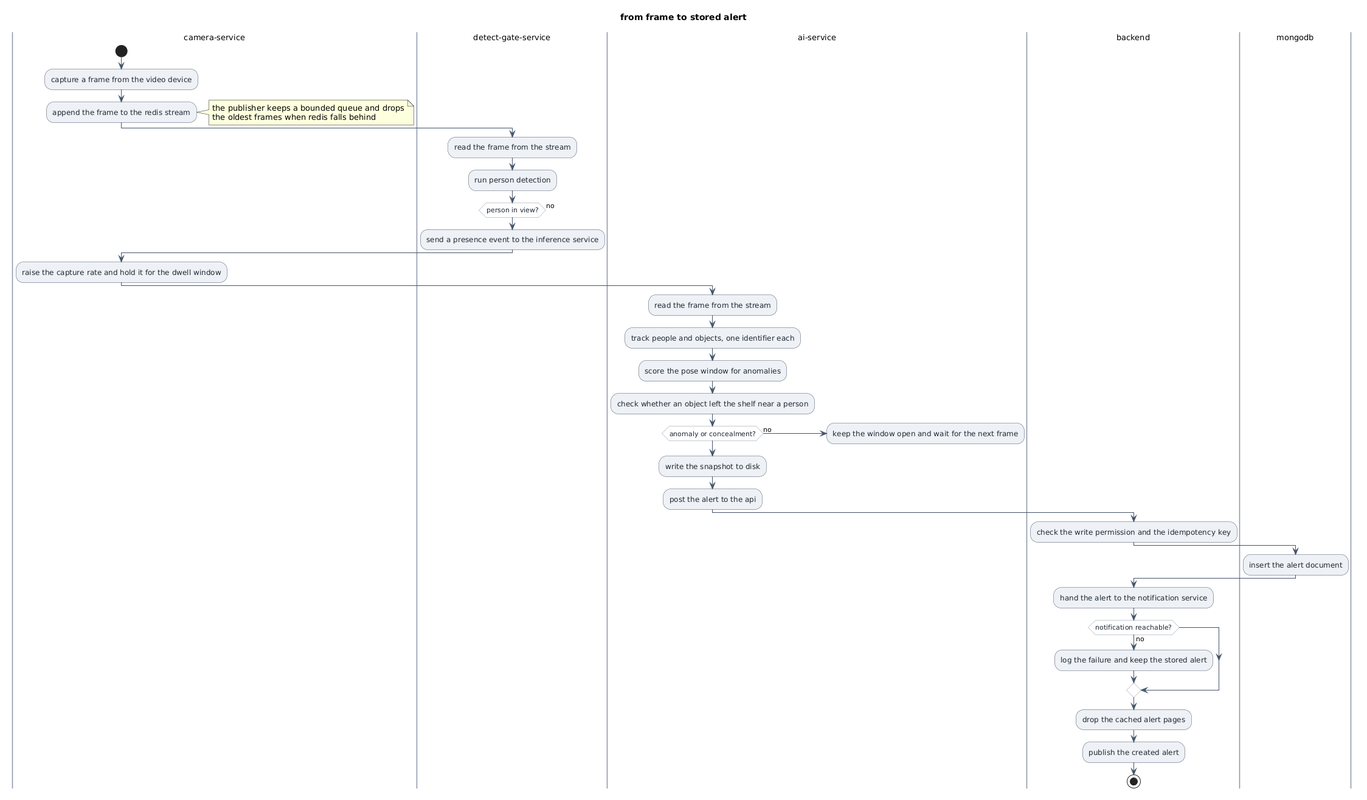
This is docs/diagrams/activity-frame_to_alert.png from Nizar7kabbaj/theft-detection-platform, a PlantUML export, as it was before one commit.
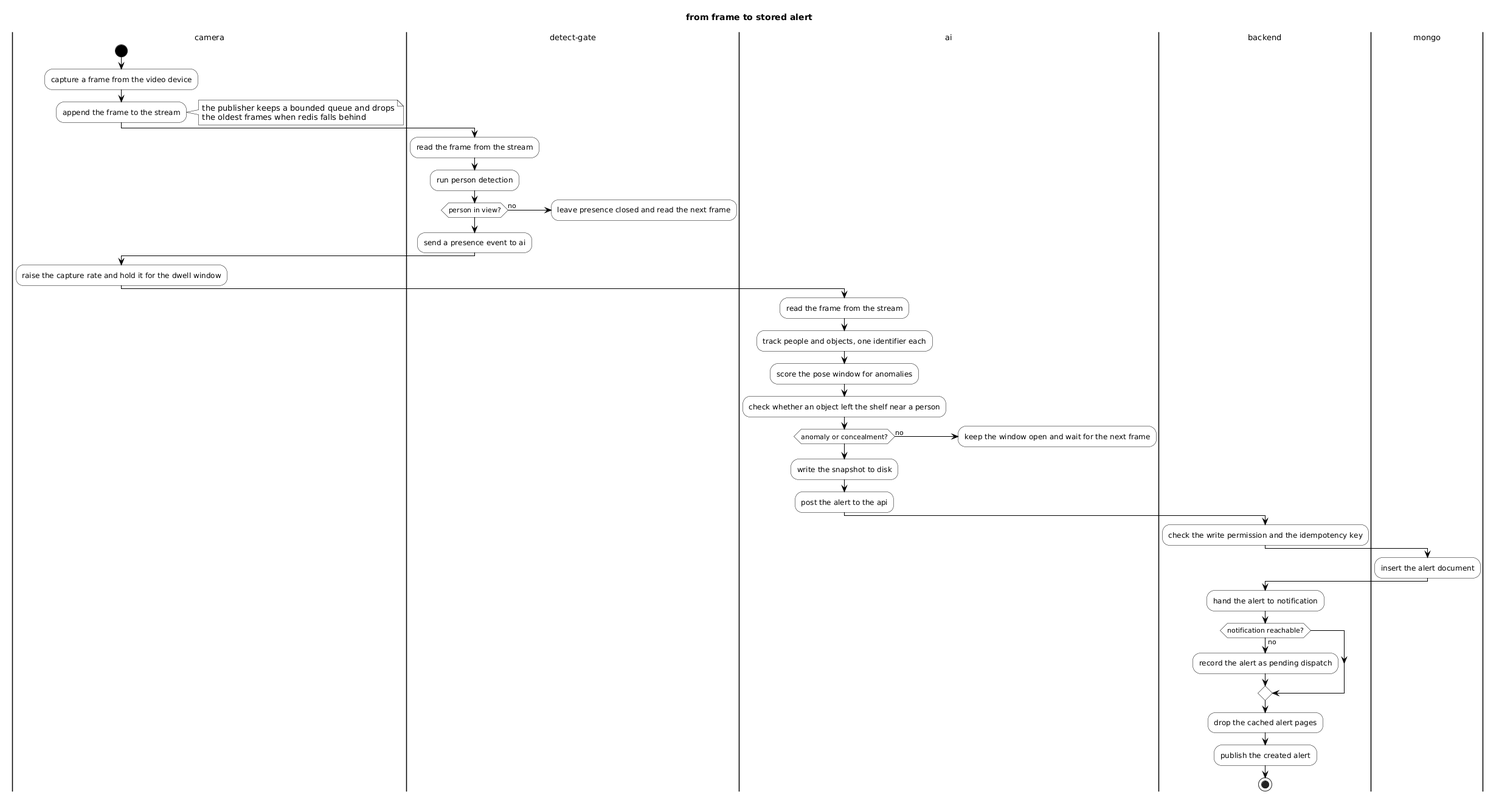
Above is the later version.

What changed in the source:
```diff
@@ -1,41 +1,52 @@
 @startuml
 title from frame to stored alert
 skinparam shadowing false
-skinparam defaultFontName Helvetica
+skinparam defaultFontName Arial
+skinparam ArrowColor Black
 skinparam activity {
-  BackgroundColor #EEF1F5
-  BorderColor #44546A
-  ArrowColor #44546A
-  FontColor #1F2933
-  DiamondBackgroundColor #FFFFFF
-  DiamondBorderColor #8A94A6
+  BackgroundColor White
+  BorderColor Black
+  FontColor Black
+  DiamondBackgroundColor White
+  DiamondBorderColor Black
+  DiamondFontColor Black
+  StartColor Black
+  EndColor Black
+  BarColor Black
+}
+skinparam note {
+  BackgroundColor White
+  BorderColor Black
+  FontColor Black
 }
 skinparam swimlane {
-  BorderColor #8A94A6
-  TitleBackgroundColor #FFFFFF
+  BorderColor Black
+  TitleBackgroundColor White
   TitleFontSize 13
 }
-|camera-service|
+
+|camera|
 start
 :capture a frame from the video device;
-:append the frame to the redis stream;
+:append the frame to the stream;
 note right
   the publisher keeps a bounded queue and drops
   the oldest frames when redis falls behind
 end note
-|detect-gate-service|
+
+|detect-gate|
 :read the frame from the stream;
 :run person detection;
 if (person in view?) then (no)
-  |camera-service|
-  :hold the idle capture rate;
+  :leave presence closed and read the next frame;
   kill
 endif
-|detect-gate-service|
-:send a presence event to the inference service;
-|camera-service|
+:send a presence event to ai;
+
+|camera|
 :raise the capture rate and hold it for the dwell window;
-|ai-service|
+
+|ai|
 :read the frame from the stream;
 :track people and objects, one identifier each;
 :score the pose window for anomalies;
@@ -46,14 +57,17 @@
 endif
 :write the snapshot to disk;
 :post the alert to the api;
+
 |backend|
 :check the write permission and the idempotency key;
-|mongodb|
+
+|mongo|
 :insert the alert document;
+
 |backend|
-:hand the alert to the notification service;
+:hand the alert to notification;
 if (notification reachable?) then (no)
-  :log the failure and keep the stored alert;
+  :record the alert as pending dispatch;
 endif
 :drop the cached alert pages;
 :publish the created alert;
```
